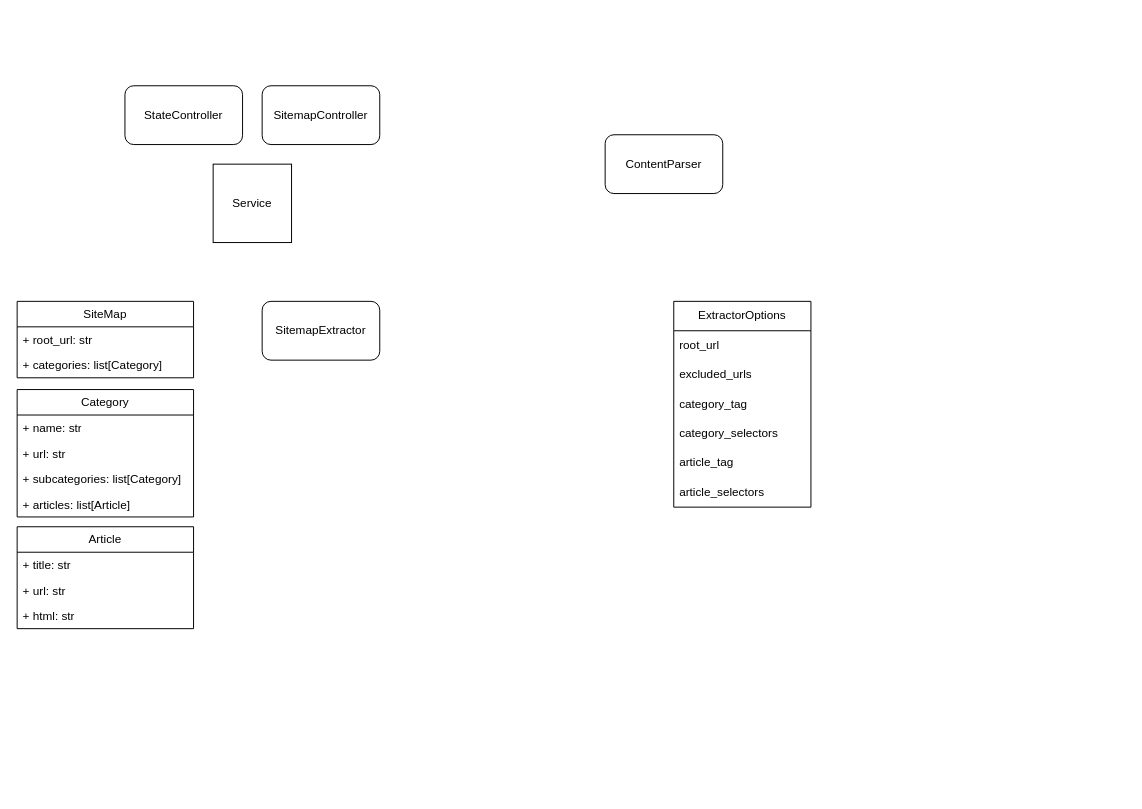
Before: uml.drawio in yellow1cucumber/construction-directory-parser, a draw.io diagram. Source tidied: cells renumbered, new cells numbered last; positions are measured from the earlier drawing's top-left corner, leaving out a move shared by most shapes. Both pictures are drawn from the tidied source at 98%, with x=0, y=0 at pixel (17, 85).
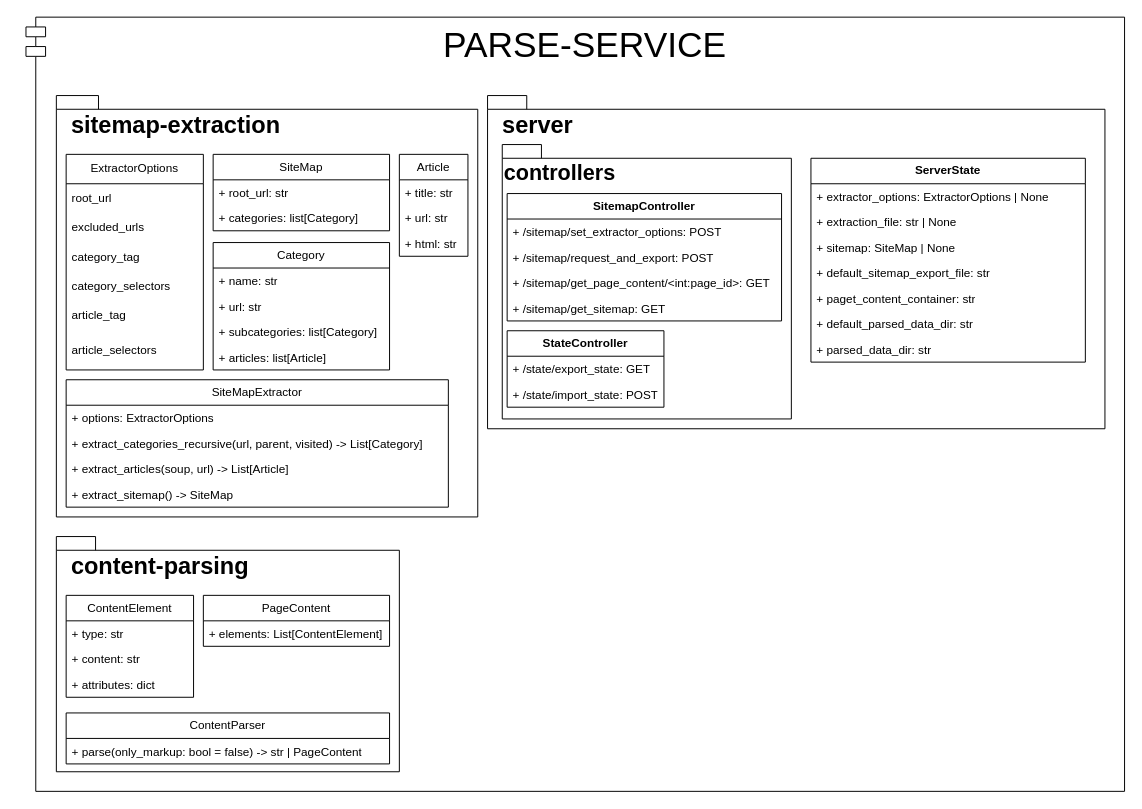
The same page after the edit.

The edit, as a diff of the source:
```diff
@@
-    <mxCell id="2" value="Service" style="whiteSpace=wrap;html=1;" parent="1" vertex="1">
-      <mxGeometry x="200" y="80" width="80" height="80" as="geometry" />
-    </mxCell>
-    <mxCell id="3" value="StateController" style="rounded=1;whiteSpace=wrap;html=1;" parent="1" vertex="1">
-      <mxGeometry x="110" width="120" height="60" as="geometry" />
-    </mxCell>
-    <mxCell id="4" value="SitemapController" style="rounded=1;whiteSpace=wrap;html=1;" parent="1" vertex="1">
-      <mxGeometry x="250" width="120" height="60" as="geometry" />
-    </mxCell>
-    <mxCell id="5" value="SitemapExtractor" style="rounded=1;whiteSpace=wrap;html=1;" parent="1" vertex="1">
-      <mxGeometry x="250" y="220" width="120" height="60" as="geometry" />
-    </mxCell>
+    <mxCell id="26" value="&lt;font style=&quot;font-size: 36px;&quot;&gt;PARSE-SERVICE&lt;/font&gt;" style="shape=module;align=center;spacingLeft=20;align=center;verticalAlign=top;whiteSpace=wrap;html=1;" parent="1" vertex="1">
+      <mxGeometry x="9" y="-70" width="1121" height="790" as="geometry" />
+    </mxCell>
+    <mxCell id="27" style="group;" parent="1" vertex="1">
+      <mxGeometry x="40" y="460" width="350" height="240" as="geometry" />
+    </mxCell>
+    <mxCell id="28" value="&lt;div style=&quot;&quot;&gt;&lt;span style=&quot;background-color: initial;&quot;&gt;&lt;font style=&quot;font-size: 24px;&quot;&gt;&amp;nbsp; content-parsing&lt;/font&gt;&lt;/span&gt;&lt;/div&gt;" style="shape=folder;fontStyle=1;spacingTop=10;tabWidth=40;tabHeight=14;tabPosition=left;html=1;whiteSpace=wrap;align=left;labelPosition=center;verticalLabelPosition=middle;verticalAlign=top;" parent="27" vertex="1">
+      <mxGeometry width="350" height="240" as="geometry" />
+    </mxCell>
+    <mxCell id="29" value="ContentElement" style="swimlane;fontStyle=0;horizontal=1;startSize=26;fillColor=none;whiteSpace=wrap;html=1;" parent="27" vertex="1">
+      <mxGeometry x="10" y="60" width="130" height="104" as="geometry" />
+    </mxCell>
+    <mxCell id="30" value="+ type: str" style="text;strokeColor=none;fillColor=none;align=left;verticalAlign=top;spacingLeft=4;spacingRight=4;overflow=hidden;whiteSpace=wrap;html=1;" parent="29" vertex="1">
+      <mxGeometry y="26" width="130" height="26" as="geometry" />
+    </mxCell>
+    <mxCell id="31" value="+ content: str" style="text;strokeColor=none;fillColor=none;align=left;verticalAlign=top;spacingLeft=4;spacingRight=4;overflow=hidden;whiteSpace=wrap;html=1;" parent="29" vertex="1">
+      <mxGeometry y="52" width="130" height="26" as="geometry" />
+    </mxCell>
+    <mxCell id="32" value="+ attributes: dict" style="text;strokeColor=none;fillColor=none;align=left;verticalAlign=top;spacingLeft=4;spacingRight=4;overflow=hidden;whiteSpace=wrap;html=1;" parent="29" vertex="1">
+      <mxGeometry y="78" width="130" height="26" as="geometry" />
+    </mxCell>
+    <mxCell id="33" value="PageContent" style="swimlane;fontStyle=0;horizontal=1;startSize=26;fillColor=none;whiteSpace=wrap;html=1;" parent="27" vertex="1">
+      <mxGeometry x="150" y="60" width="190" height="52" as="geometry" />
+    </mxCell>
+    <mxCell id="34" value="+ elements: List[ContentElement]" style="text;strokeColor=none;fillColor=none;align=left;verticalAlign=top;spacingLeft=4;spacingRight=4;overflow=hidden;whiteSpace=wrap;html=1;" parent="33" vertex="1">
+      <mxGeometry y="26" width="190" height="26" as="geometry" />
+    </mxCell>
-    <mxCell id="6" value="ContentParser" style="rounded=1;whiteSpace=wrap;html=1;" parent="1" vertex="1">
-      <mxGeometry x="600" y="50" width="120" height="60" as="geometry" />
+    <mxCell id="6" value="ContentParser" style="swimlane;fontStyle=0;horizontal=1;startSize=26;fillColor=none;whiteSpace=wrap;html=1;" parent="27" vertex="1">
+      <mxGeometry x="10" y="180" width="330" height="52" as="geometry" />
     </mxCell>
+    <mxCell id="35" value="+ parse(only_markup: bool = false) -&amp;gt; str | PageContent" style="text;strokeColor=none;fillColor=none;align=left;verticalAlign=top;spacingLeft=4;spacingRight=4;overflow=hidden;whiteSpace=wrap;html=1;" parent="6" vertex="1">
+      <mxGeometry y="26" width="330" height="26" as="geometry" />
+    </mxCell>
+    <mxCell id="36" style="group;" parent="1" vertex="1">
+      <mxGeometry x="40" y="10" width="430" height="430" as="geometry" />
+    </mxCell>
+    <mxCell id="37" value="&lt;div style=&quot;&quot;&gt;&lt;span style=&quot;background-color: initial;&quot;&gt;&lt;font style=&quot;font-size: 24px;&quot;&gt;&amp;nbsp; sitemap-extraction&lt;/font&gt;&lt;/span&gt;&lt;/div&gt;" style="shape=folder;fontStyle=1;spacingTop=10;tabWidth=40;tabHeight=14;tabPosition=left;html=1;whiteSpace=wrap;align=left;labelPosition=center;verticalLabelPosition=middle;verticalAlign=top;" parent="36" vertex="1">
+      <mxGeometry width="430" height="430" as="geometry" />
+    </mxCell>
-    <mxCell id="7" value="ExtractorOptions" style="swimlane;fontStyle=0;horizontal=1;startSize=30;whiteSpace=wrap;html=1;" parent="1" vertex="1">
-      <mxGeometry x="670" y="220" width="140" height="210" as="geometry" />
+    <mxCell id="7" value="ExtractorOptions" style="swimlane;fontStyle=0;horizontal=1;startSize=30;whiteSpace=wrap;html=1;" parent="36" vertex="1">
+      <mxGeometry x="10" y="60" width="140" height="220" as="geometry" />
     </mxCell>
@@
     <mxCell id="13" value="article_selectors" style="text;strokeColor=none;fillColor=none;align=left;verticalAlign=middle;spacingLeft=4;spacingRight=4;overflow=hidden;whiteSpace=wrap;html=1;" parent="7" vertex="1">
-      <mxGeometry y="180" width="140" height="30" as="geometry" />
+      <mxGeometry y="180" width="140" height="40" as="geometry" />
     </mxCell>
-    <mxCell id="14" value="SiteMap" style="swimlane;fontStyle=0;horizontal=1;startSize=26;fillColor=none;whiteSpace=wrap;html=1;" parent="1" vertex="1">
-      <mxGeometry y="220" width="180" height="78" as="geometry" />
+    <mxCell id="14" value="SiteMap" style="swimlane;fontStyle=0;horizontal=1;startSize=26;fillColor=none;whiteSpace=wrap;html=1;" parent="36" vertex="1">
+      <mxGeometry x="160" y="60" width="180" height="78" as="geometry" />
     </mxCell>
@@
-    <mxCell id="17" value="Category" style="swimlane;fontStyle=0;horizontal=1;startSize=26;fillColor=none;whiteSpace=wrap;html=1;" parent="1" vertex="1">
-      <mxGeometry y="310" width="180" height="130" as="geometry" />
+    <mxCell id="17" value="Category" style="swimlane;fontStyle=0;horizontal=1;startSize=26;fillColor=none;whiteSpace=wrap;html=1;" parent="36" vertex="1">
+      <mxGeometry x="160" y="150" width="180" height="130" as="geometry" />
     </mxCell>
@@
-    <mxCell id="22" value="Article" style="swimlane;fontStyle=0;horizontal=1;startSize=26;fillColor=none;whiteSpace=wrap;html=1;" parent="1" vertex="1">
-      <mxGeometry y="450" width="180" height="104" as="geometry" />
+    <mxCell id="22" value="Article" style="swimlane;fontStyle=0;horizontal=1;startSize=26;fillColor=none;whiteSpace=wrap;html=1;" parent="36" vertex="1">
+      <mxGeometry x="350" y="60" width="70" height="104" as="geometry" />
     </mxCell>
     <mxCell id="23" value="+ title: str" style="text;strokeColor=none;fillColor=none;align=left;verticalAlign=top;spacingLeft=4;spacingRight=4;overflow=hidden;whiteSpace=wrap;html=1;" parent="22" vertex="1">
-      <mxGeometry y="26" width="180" height="26" as="geometry" />
+      <mxGeometry y="26" width="70" height="26" as="geometry" />
     </mxCell>
     <mxCell id="24" value="+ url: str" style="text;strokeColor=none;fillColor=none;align=left;verticalAlign=top;spacingLeft=4;spacingRight=4;overflow=hidden;whiteSpace=wrap;html=1;" parent="22" vertex="1">
-      <mxGeometry y="52" width="180" height="26" as="geometry" />
+      <mxGeometry y="52" width="70" height="26" as="geometry" />
     </mxCell>
     <mxCell id="25" value="+ html: str" style="text;strokeColor=none;fillColor=none;align=left;verticalAlign=top;spacingLeft=4;spacingRight=4;overflow=hidden;whiteSpace=wrap;html=1;" parent="22" vertex="1">
-      <mxGeometry y="78" width="180" height="26" as="geometry" />
+      <mxGeometry y="78" width="70" height="26" as="geometry" />
     </mxCell>
+    <mxCell id="38" value="SiteMapExtractor" style="swimlane;fontStyle=0;horizontal=1;startSize=26;fillColor=none;whiteSpace=wrap;html=1;" parent="36" vertex="1">
+      <mxGeometry x="10" y="290" width="390" height="130" as="geometry" />
+    </mxCell>
+    <mxCell id="39" value="+ options: ExtractorOptions" style="text;strokeColor=none;fillColor=none;align=left;verticalAlign=top;spacingLeft=4;spacingRight=4;overflow=hidden;whiteSpace=wrap;html=1;" parent="38" vertex="1">
+      <mxGeometry y="26" width="390" height="26" as="geometry" />
+    </mxCell>
+    <mxCell id="40" value="+ extract_categories_recursive(url, parent, visited) -&amp;gt; List[Category]" style="text;strokeColor=none;fillColor=none;align=left;verticalAlign=top;spacingLeft=4;spacingRight=4;overflow=hidden;whiteSpace=wrap;html=1;" parent="38" vertex="1">
+      <mxGeometry y="52" width="390" height="26" as="geometry" />
+    </mxCell>
+    <mxCell id="41" value="+ extract_articles(soup, url) -&amp;gt; List[Article]" style="text;strokeColor=none;fillColor=none;align=left;verticalAlign=top;spacingLeft=4;spacingRight=4;overflow=hidden;whiteSpace=wrap;html=1;" parent="38" vertex="1">
+      <mxGeometry y="78" width="390" height="26" as="geometry" />
+    </mxCell>
+    <mxCell id="42" value="+ extract_sitemap() -&amp;gt; SiteMap" style="text;strokeColor=none;fillColor=none;align=left;verticalAlign=top;spacingLeft=4;spacingRight=4;overflow=hidden;whiteSpace=wrap;html=1;" parent="38" vertex="1">
+      <mxGeometry y="104" width="390" height="26" as="geometry" />
+    </mxCell>
+    <mxCell id="43" style="group;" parent="1" vertex="1">
+      <mxGeometry x="480" y="10" width="630" height="340" as="geometry" />
+    </mxCell>
+    <mxCell id="44" value="&lt;div style=&quot;&quot;&gt;&lt;span style=&quot;background-color: initial;&quot;&gt;&lt;font style=&quot;font-size: 24px;&quot;&gt;&amp;nbsp; server&lt;/font&gt;&lt;/span&gt;&lt;/div&gt;" style="shape=folder;fontStyle=1;spacingTop=10;tabWidth=40;tabHeight=14;tabPosition=left;html=1;whiteSpace=wrap;align=left;labelPosition=center;verticalLabelPosition=middle;verticalAlign=top;" parent="43" vertex="1">
+      <mxGeometry width="630" height="340" as="geometry" />
+    </mxCell>
+    <mxCell id="45" style="group;" parent="43" vertex="1">
+      <mxGeometry x="15" y="50" width="295" height="280" as="geometry" />
+    </mxCell>
+    <mxCell id="46" value="&lt;div style=&quot;&quot;&gt;&lt;span style=&quot;background-color: initial;&quot;&gt;&lt;font style=&quot;font-size: 22px;&quot;&gt;controllers&lt;/font&gt;&lt;/span&gt;&lt;/div&gt;" style="shape=folder;fontStyle=1;spacingTop=10;tabWidth=40;tabHeight=14;tabPosition=left;html=1;whiteSpace=wrap;align=left;labelPosition=center;verticalLabelPosition=middle;verticalAlign=top;" parent="45" vertex="1">
+      <mxGeometry width="295" height="280" as="geometry" />
+    </mxCell>
+    <mxCell id="4" value="&lt;b&gt;SitemapController&lt;/b&gt;" style="swimlane;fontStyle=0;horizontal=1;startSize=26;fillColor=none;whiteSpace=wrap;html=1;" parent="45" vertex="1">
+      <mxGeometry x="5" y="50" width="280" height="130" as="geometry" />
+    </mxCell>
+    <mxCell id="47" value="+ /sitemap/set_extractor_options: POST&lt;div&gt;&lt;br&gt;&lt;/div&gt;" style="text;strokeColor=none;fillColor=none;align=left;verticalAlign=top;spacingLeft=4;spacingRight=4;overflow=hidden;whiteSpace=wrap;html=1;" parent="4" vertex="1">
+      <mxGeometry y="26" width="280" height="26" as="geometry" />
+    </mxCell>
+    <mxCell id="48" value="+ /sitemap/request_and_export: POST" style="text;strokeColor=none;fillColor=none;align=left;verticalAlign=top;spacingLeft=4;spacingRight=4;overflow=hidden;whiteSpace=wrap;html=1;" parent="4" vertex="1">
+      <mxGeometry y="52" width="280" height="26" as="geometry" />
+    </mxCell>
+    <mxCell id="49" value="+ /sitemap/get_page_content/&amp;lt;int:page_id&amp;gt;: GET" style="text;strokeColor=none;fillColor=none;align=left;verticalAlign=top;spacingLeft=4;spacingRight=4;overflow=hidden;whiteSpace=wrap;html=1;" parent="4" vertex="1">
+      <mxGeometry y="78" width="280" height="26" as="geometry" />
+    </mxCell>
+    <mxCell id="50" value="+ /sitemap/get_sitemap: GET" style="text;strokeColor=none;fillColor=none;align=left;verticalAlign=top;spacingLeft=4;spacingRight=4;overflow=hidden;whiteSpace=wrap;html=1;" parent="4" vertex="1">
+      <mxGeometry y="104" width="280" height="26" as="geometry" />
+    </mxCell>
+    <mxCell id="3" value="&lt;b&gt;StateController&lt;/b&gt;" style="swimlane;fontStyle=0;horizontal=1;startSize=26;fillColor=none;whiteSpace=wrap;html=1;" parent="45" vertex="1">
+      <mxGeometry x="5" y="190" width="160" height="78" as="geometry" />
+    </mxCell>
+    <mxCell id="51" value="&lt;div&gt;+ /state/export_state: GET&lt;/div&gt;" style="text;strokeColor=none;fillColor=none;align=left;verticalAlign=top;spacingLeft=4;spacingRight=4;overflow=hidden;whiteSpace=wrap;html=1;" parent="3" vertex="1">
+      <mxGeometry y="26" width="160" height="26" as="geometry" />
+    </mxCell>
+    <mxCell id="52" value="+ /state/import_state: POST" style="text;strokeColor=none;fillColor=none;align=left;verticalAlign=top;spacingLeft=4;spacingRight=4;overflow=hidden;whiteSpace=wrap;html=1;" parent="3" vertex="1">
+      <mxGeometry y="52" width="160" height="26" as="geometry" />
+    </mxCell>
+    <mxCell id="53" value="&lt;b&gt;ServerState&lt;/b&gt;" style="swimlane;fontStyle=0;horizontal=1;startSize=26;fillColor=none;whiteSpace=wrap;html=1;" parent="43" vertex="1">
+      <mxGeometry x="330" y="64" width="280" height="208" as="geometry" />
+    </mxCell>
+    <mxCell id="54" value="&lt;div&gt;+ extractor_options: ExtractorOptions | None&lt;/div&gt;" style="text;strokeColor=none;fillColor=none;align=left;verticalAlign=top;spacingLeft=4;spacingRight=4;overflow=hidden;whiteSpace=wrap;html=1;" parent="53" vertex="1">
+      <mxGeometry y="26" width="280" height="26" as="geometry" />
+    </mxCell>
+    <mxCell id="55" value="+ extraction_file: str | None" style="text;strokeColor=none;fillColor=none;align=left;verticalAlign=top;spacingLeft=4;spacingRight=4;overflow=hidden;whiteSpace=wrap;html=1;" parent="53" vertex="1">
+      <mxGeometry y="52" width="280" height="26" as="geometry" />
+    </mxCell>
+    <mxCell id="56" value="+ sitemap: SiteMap | None" style="text;strokeColor=none;fillColor=none;align=left;verticalAlign=top;spacingLeft=4;spacingRight=4;overflow=hidden;whiteSpace=wrap;html=1;" parent="53" vertex="1">
+      <mxGeometry y="78" width="280" height="26" as="geometry" />
+    </mxCell>
+    <mxCell id="57" value="+ default_sitemap_export_file: str" style="text;strokeColor=none;fillColor=none;align=left;verticalAlign=top;spacingLeft=4;spacingRight=4;overflow=hidden;whiteSpace=wrap;html=1;" parent="53" vertex="1">
+      <mxGeometry y="104" width="280" height="26" as="geometry" />
+    </mxCell>
+    <mxCell id="58" value="+ paget_content_container: str" style="text;strokeColor=none;fillColor=none;align=left;verticalAlign=top;spacingLeft=4;spacingRight=4;overflow=hidden;whiteSpace=wrap;html=1;" parent="53" vertex="1">
+      <mxGeometry y="130" width="280" height="26" as="geometry" />
+    </mxCell>
+    <mxCell id="59" value="+ default_parsed_data_dir: str" style="text;strokeColor=none;fillColor=none;align=left;verticalAlign=top;spacingLeft=4;spacingRight=4;overflow=hidden;whiteSpace=wrap;html=1;" parent="53" vertex="1">
+      <mxGeometry y="156" width="280" height="26" as="geometry" />
+    </mxCell>
+    <mxCell id="60" value="+ parsed_data_dir: str" style="text;strokeColor=none;fillColor=none;align=left;verticalAlign=top;spacingLeft=4;spacingRight=4;overflow=hidden;whiteSpace=wrap;html=1;" parent="53" vertex="1">
+      <mxGeometry y="182" width="280" height="26" as="geometry" />
+    </mxCell>
```
